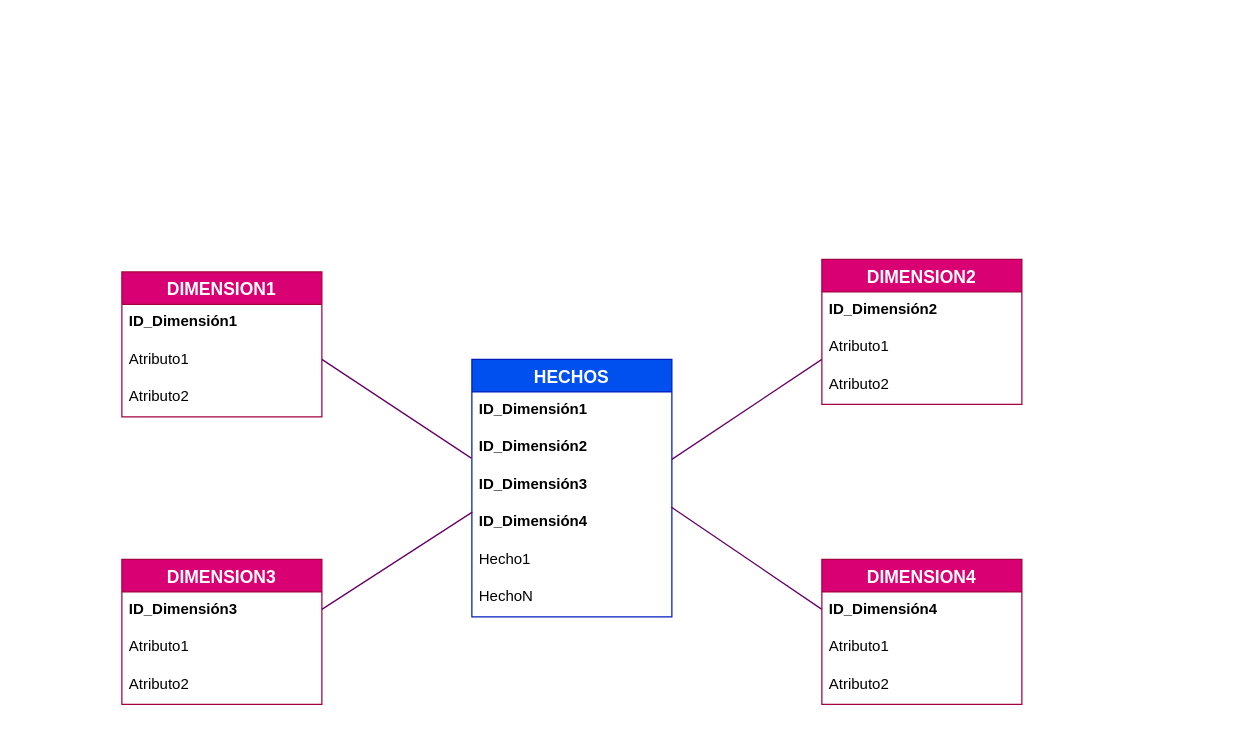
This is DIAGRAMAN/Diagrama Estrella.drawio from IVONNE80/BASE-DE-DATOS, a draw.io file, before an edit. Source tidied: cells renumbered, new cells numbered last; positions are measured from the earlier drawing's top-left corner, leaving out a move shared by most shapes. Both pictures are drawn from the tidied source at 125%, with x=0, y=0 at pixel (121, 259).
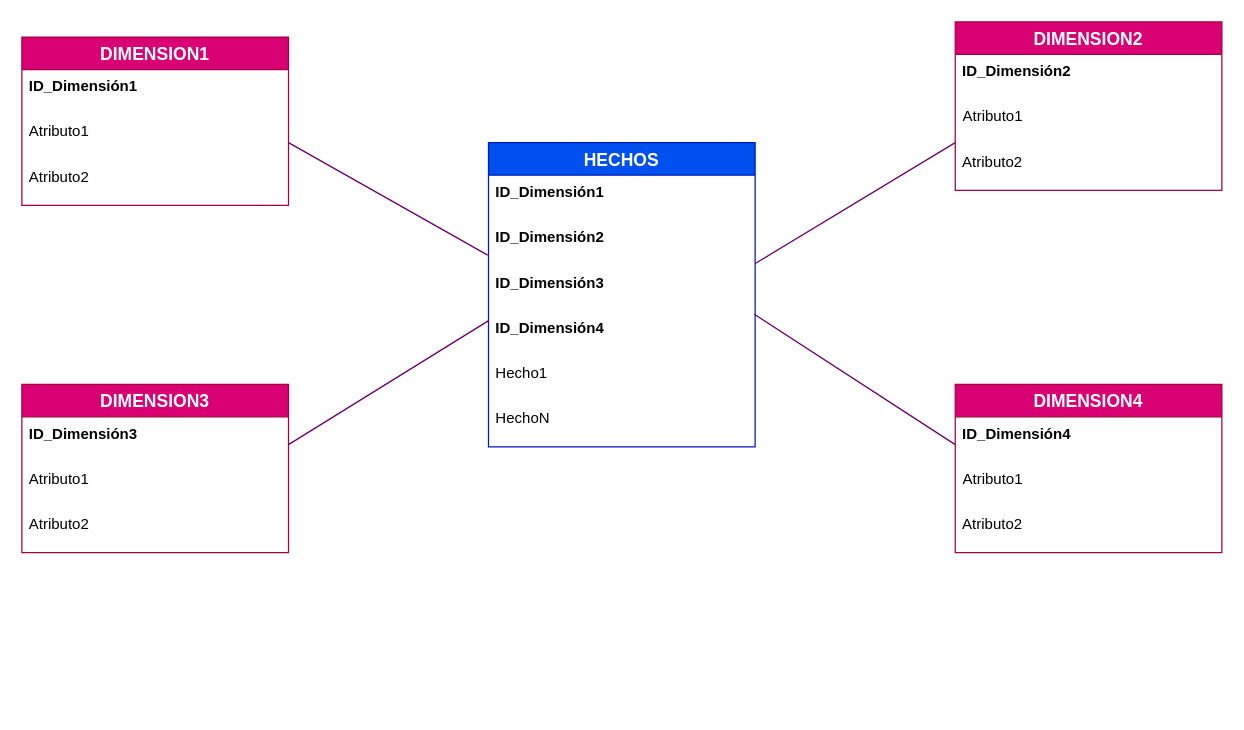
Above is the later version.

What changed in the source:
```diff
@@
+    <mxCell id="29" style="group;" parent="1" vertex="1">
+      <mxGeometry x="-80" y="-190" width="960" height="430" as="geometry" />
+    </mxCell>
-    <mxCell id="2" value="HECHOS" style="swimlane;fontStyle=1;horizontal=1;startSize=26;align=center;fontSize=14;fillColor=#0050ef;strokeColor=#001DBC;fontColor=#ffffff;" parent="1" vertex="1">
-      <mxGeometry x="280" y="80" width="160" height="206" as="geometry" />
+    <mxCell id="2" value="HECHOS" style="swimlane;fontStyle=1;horizontal=1;startSize=26;align=center;fontSize=14;fillColor=#0050ef;strokeColor=#001DBC;fontColor=#ffffff;" parent="29" vertex="1">
+      <mxGeometry x="373.3" y="96.6" width="213.3" height="243.4" as="geometry" />
     </mxCell>
     <mxCell id="3" value="ID_Dimensión1" style="text;strokeColor=none;fillColor=none;spacingLeft=4;spacingRight=4;overflow=hidden;fontSize=12;fontStyle=1;" parent="2" vertex="1">
-      <mxGeometry y="26" width="160" height="30" as="geometry" />
+      <mxGeometry y="26" width="213.3" height="36.2" as="geometry" />
     </mxCell>
     <mxCell id="4" value="ID_Dimensión2" style="text;strokeColor=none;fillColor=none;spacingLeft=4;spacingRight=4;overflow=hidden;points=[[0,0.5],[1,0.5]];portConstraint=eastwest;fontSize=12;fontStyle=1;" parent="2" vertex="1">
-      <mxGeometry y="56" width="160" height="30" as="geometry" />
+      <mxGeometry y="62.2" width="213.3" height="36.2" as="geometry" />
     </mxCell>
     <mxCell id="5" value="ID_Dimensión3" style="text;strokeColor=none;fillColor=none;spacingLeft=4;spacingRight=4;overflow=hidden;fontSize=12;fontStyle=1;" parent="2" vertex="1">
-      <mxGeometry y="86" width="160" height="30" as="geometry" />
+      <mxGeometry y="98.5" width="213.3" height="36.2" as="geometry" />
     </mxCell>
     <mxCell id="6" value="ID_Dimensión4" style="text;strokeColor=none;fillColor=none;spacingLeft=4;spacingRight=4;overflow=hidden;points=[[0,0.5],[1,0.5]];portConstraint=eastwest;fontSize=12;fontStyle=1;" parent="2" vertex="1">
-      <mxGeometry y="116" width="160" height="30" as="geometry" />
+      <mxGeometry y="134.7" width="213.3" height="36.2" as="geometry" />
     </mxCell>
     <mxCell id="7" value="Hecho1" style="text;strokeColor=none;fillColor=none;spacingLeft=4;spacingRight=4;overflow=hidden;fontSize=12;" parent="2" vertex="1">
-      <mxGeometry y="146" width="160" height="30" as="geometry" />
+      <mxGeometry y="170.9" width="213.3" height="36.2" as="geometry" />
     </mxCell>
     <mxCell id="8" value="HechoN" style="text;strokeColor=none;fillColor=none;spacingLeft=4;spacingRight=4;overflow=hidden;fontSize=12;" parent="2" vertex="1">
-      <mxGeometry y="176" width="160" height="30" as="geometry" />
+      <mxGeometry y="207.2" width="213.3" height="36.2" as="geometry" />
     </mxCell>
-    <mxCell id="9" value="DIMENSION1" style="swimlane;fontStyle=1;horizontal=1;startSize=26;align=center;fontSize=14;fillColor=#d80073;strokeColor=#A50040;fontColor=#ffffff;" parent="1" vertex="1">
-      <mxGeometry y="10" width="160" height="116" as="geometry" />
+    <mxCell id="9" value="DIMENSION1" style="swimlane;fontStyle=1;horizontal=1;startSize=26;align=center;fontSize=14;fillColor=#d80073;strokeColor=#A50040;fontColor=#ffffff;" parent="29" vertex="1">
+      <mxGeometry y="12.1" width="213.3" height="134.7" as="geometry" />
     </mxCell>
     <mxCell id="10" value="ID_Dimensión1" style="text;strokeColor=none;fillColor=none;spacingLeft=4;spacingRight=4;overflow=hidden;fontSize=12;fontStyle=1;labelBorderColor=none;fontColor=default;" parent="9" vertex="1">
-      <mxGeometry y="26" width="160" height="30" as="geometry" />
+      <mxGeometry y="26" width="213.3" height="36.2" as="geometry" />
     </mxCell>
     <mxCell id="11" value="Atributo1" style="text;strokeColor=none;fillColor=none;spacingLeft=4;spacingRight=4;overflow=hidden;fontSize=12;html=1;" parent="9" vertex="1">
-      <mxGeometry y="56" width="160" height="30" as="geometry" />
+      <mxGeometry y="62.2" width="213.3" height="36.2" as="geometry" />
     </mxCell>
     <mxCell id="12" value="Atributo2" style="text;strokeColor=none;fillColor=none;spacingLeft=4;spacingRight=4;overflow=hidden;fontSize=12;" parent="9" vertex="1">
-      <mxGeometry y="86" width="160" height="30" as="geometry" />
+      <mxGeometry y="98.5" width="213.3" height="36.2" as="geometry" />
     </mxCell>
-    <mxCell id="13" value="DIMENSION3" style="swimlane;fontStyle=1;horizontal=1;startSize=26;align=center;fontSize=14;fillColor=#d80073;strokeColor=#A50040;fontColor=#ffffff;" parent="1" vertex="1">
-      <mxGeometry y="240" width="160" height="116" as="geometry" />
+    <mxCell id="13" value="DIMENSION3" style="swimlane;fontStyle=1;horizontal=1;startSize=26;align=center;fontSize=14;fillColor=#d80073;strokeColor=#A50040;fontColor=#ffffff;" parent="29" vertex="1">
+      <mxGeometry y="289.9" width="213.3" height="134.7" as="geometry" />
     </mxCell>
     <mxCell id="14" value="ID_Dimensión3" style="text;strokeColor=none;fillColor=none;spacingLeft=4;spacingRight=4;overflow=hidden;fontSize=12;fontStyle=1;" parent="13" vertex="1">
-      <mxGeometry y="26" width="160" height="30" as="geometry" />
+      <mxGeometry y="26" width="213.3" height="36.2" as="geometry" />
     </mxCell>
     <mxCell id="15" value="Atributo1" style="text;strokeColor=none;fillColor=none;spacingLeft=4;spacingRight=4;overflow=hidden;fontSize=12;" parent="13" vertex="1">
-      <mxGeometry y="56" width="160" height="30" as="geometry" />
+      <mxGeometry y="62.2" width="213.3" height="36.2" as="geometry" />
     </mxCell>
     <mxCell id="16" value="Atributo2" style="text;strokeColor=none;fillColor=none;spacingLeft=4;spacingRight=4;overflow=hidden;fontSize=12;" parent="13" vertex="1">
-      <mxGeometry y="86" width="160" height="30" as="geometry" />
+      <mxGeometry y="98.5" width="213.3" height="36.2" as="geometry" />
     </mxCell>
-    <mxCell id="17" style="endArrow=none;html=1;fontColor=#0000CC;strokeColor=#660066;rounded=0;" parent="1" edge="1">
+    <mxCell id="17" style="endArrow=none;html=1;fontColor=#0000CC;strokeColor=#660066;rounded=0;" parent="29" edge="1">
       <mxGeometry relative="1" as="geometry">
-        <mxPoint x="440" y="160" as="sourcePoint" />
-        <mxPoint x="560" y="80" as="targetPoint" />
+        <mxPoint x="586.7" y="193.3" as="sourcePoint" />
+        <mxPoint x="746.7" y="96.6" as="targetPoint" />
       </mxGeometry>
     </mxCell>
-    <mxCell id="18" style="endArrow=none;html=1;fontColor=#0000CC;entryX=0.002;entryY=0.207;entryDx=0;entryDy=0;entryPerimeter=0;strokeColor=#660066;rounded=0;" parent="1" edge="1" target="6">
+    <mxCell id="18" style="endArrow=none;html=1;fontColor=#0000CC;entryX=0.002;entryY=0.207;entryDx=0;entryDy=0;entryPerimeter=0;strokeColor=#660066;rounded=0;" parent="29" edge="1" target="6">
       <mxGeometry relative="1" as="geometry">
-        <mxPoint x="160" y="280" as="sourcePoint" />
+        <mxPoint x="213.3" y="338.2" as="sourcePoint" />
       </mxGeometry>
     </mxCell>
-    <mxCell id="19" style="endArrow=none;html=1;fontColor=#0000CC;strokeColor=#660066;rounded=0;exitX=0.997;exitY=0.073;exitDx=0;exitDy=0;exitPerimeter=0;" parent="1" edge="1" source="6">
+    <mxCell id="19" style="endArrow=none;html=1;fontColor=#0000CC;strokeColor=#660066;rounded=0;exitX=0.997;exitY=0.073;exitDx=0;exitDy=0;exitPerimeter=0;" parent="29" edge="1" source="6">
       <mxGeometry relative="1" as="geometry">
-        <mxPoint x="560" y="280" as="targetPoint" />
+        <mxPoint x="746.7" y="338.2" as="targetPoint" />
       </mxGeometry>
     </mxCell>
-    <mxCell id="20" style="endArrow=none;html=1;fontColor=#0000CC;entryX=-0.003;entryY=0.767;entryDx=0;entryDy=0;entryPerimeter=0;strokeColor=#660066;rounded=0;" parent="1" edge="1" target="4">
+    <mxCell id="20" style="endArrow=none;html=1;fontColor=#0000CC;entryX=-0.003;entryY=0.767;entryDx=0;entryDy=0;entryPerimeter=0;strokeColor=#660066;rounded=0;" parent="29" edge="1" target="4">
       <mxGeometry relative="1" as="geometry">
-        <mxPoint x="160" y="80" as="sourcePoint" />
+        <mxPoint x="213.3" y="96.6" as="sourcePoint" />
       </mxGeometry>
     </mxCell>
-    <mxCell id="21" value="DIMENSION2" style="swimlane;fontStyle=1;horizontal=1;startSize=26;align=center;fontSize=14;fillColor=#d80073;strokeColor=#A50040;fontColor=#ffffff;" parent="1" vertex="1">
-      <mxGeometry x="560" width="160" height="116" as="geometry" />
+    <mxCell id="21" value="DIMENSION2" style="swimlane;fontStyle=1;horizontal=1;startSize=26;align=center;fontSize=14;fillColor=#d80073;strokeColor=#A50040;fontColor=#ffffff;" parent="29" vertex="1">
+      <mxGeometry x="746.7" width="213.3" height="134.7" as="geometry" />
     </mxCell>
     <mxCell id="22" value="ID_Dimensión2" style="text;strokeColor=none;fillColor=none;spacingLeft=4;spacingRight=4;overflow=hidden;fontSize=12;fontStyle=1;labelBorderColor=none;fontColor=default;" parent="21" vertex="1">
-      <mxGeometry y="26" width="160" height="30" as="geometry" />
+      <mxGeometry y="26" width="213.3" height="36.2" as="geometry" />
     </mxCell>
     <mxCell id="23" value="Atributo1" style="text;strokeColor=none;fillColor=none;spacingLeft=4;spacingRight=4;overflow=hidden;fontSize=12;html=1;" parent="21" vertex="1">
-      <mxGeometry y="56" width="160" height="30" as="geometry" />
+      <mxGeometry y="62.2" width="213.3" height="36.2" as="geometry" />
     </mxCell>
     <mxCell id="24" value="Atributo2" style="text;strokeColor=none;fillColor=none;spacingLeft=4;spacingRight=4;overflow=hidden;fontSize=12;" parent="21" vertex="1">
-      <mxGeometry y="86" width="160" height="30" as="geometry" />
+      <mxGeometry y="98.5" width="213.3" height="36.2" as="geometry" />
     </mxCell>
-    <mxCell id="25" value="DIMENSION4" style="swimlane;fontStyle=1;horizontal=1;startSize=26;align=center;fontSize=14;fillColor=#d80073;strokeColor=#A50040;fontColor=#ffffff;" parent="1" vertex="1">
-      <mxGeometry x="560" y="240" width="160" height="116" as="geometry" />
+    <mxCell id="25" value="DIMENSION4" style="swimlane;fontStyle=1;horizontal=1;startSize=26;align=center;fontSize=14;fillColor=#d80073;strokeColor=#A50040;fontColor=#ffffff;" parent="29" vertex="1">
+      <mxGeometry x="746.7" y="289.9" width="213.3" height="134.7" as="geometry" />
     </mxCell>
     <mxCell id="26" value="ID_Dimensión4" style="text;strokeColor=none;fillColor=none;spacingLeft=4;spacingRight=4;overflow=hidden;fontSize=12;fontStyle=1;labelBorderColor=none;fontColor=default;" parent="25" vertex="1">
-      <mxGeometry y="26" width="160" height="30" as="geometry" />
+      <mxGeometry y="26" width="213.3" height="36.2" as="geometry" />
     </mxCell>
     <mxCell id="27" value="Atributo1" style="text;strokeColor=none;fillColor=none;spacingLeft=4;spacingRight=4;overflow=hidden;fontSize=12;html=1;" parent="25" vertex="1">
-      <mxGeometry y="56" width="160" height="30" as="geometry" />
+      <mxGeometry y="62.2" width="213.3" height="36.2" as="geometry" />
     </mxCell>
     <mxCell id="28" value="Atributo2" style="text;strokeColor=none;fillColor=none;spacingLeft=4;spacingRight=4;overflow=hidden;fontSize=12;" parent="25" vertex="1">
-      <mxGeometry y="86" width="160" height="30" as="geometry" />
+      <mxGeometry y="98.5" width="213.3" height="36.2" as="geometry" />
     </mxCell>
```
